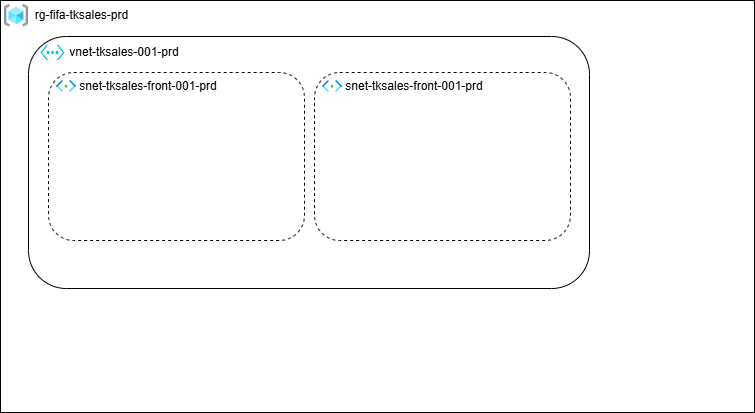
This is Arquitetura Projeto/Arquitetura Copa do Mundo Azure TFTEC 2026.drawio.png from Passos-Gabriel/Copa-Azure-TFTEC-2026, a draw.io export, as it was before one commit. Source tidied: cells renumbered, new cells last; positions are measured from the earlier drawing's top-left corner, leaving out a move shared by most shapes. The source it was exported from:
```xml
<mxGraphModel>
  <root>
    <mxCell id="0" />
    <mxCell id="1" parent="0" />
    <mxCell id="2" style="rounded=0;whiteSpace=wrap;html=1;" parent="1" vertex="1">
      <mxGeometry width="754" height="412" as="geometry" />
    </mxCell>
    <mxCell id="3" style="rounded=1;whiteSpace=wrap;html=1;" parent="1" vertex="1">
      <mxGeometry x="28" y="36" width="561" height="252" as="geometry" />
    </mxCell>
    <mxCell id="4" style="rounded=1;whiteSpace=wrap;html=1;dashed=1;" parent="1" vertex="1">
      <mxGeometry x="48" y="72" width="256" height="168" as="geometry" />
    </mxCell>
    <mxCell id="5" style="verticalLabelPosition=bottom;html=1;verticalAlign=top;align=center;strokeColor=none;fillColor=#00BEF2;shape=mxgraph.azure.virtual_network;" parent="1" vertex="1">
      <mxGeometry x="40" y="44" width="24" height="16" as="geometry" />
    </mxCell>
    <mxCell id="6" style="image;html=1;align=center;fontSize=12;image=img/lib/azure2/networking/Subnet.svg;" parent="1" vertex="1">
      <mxGeometry x="56" y="80" width="20" height="12" as="geometry" />
    </mxCell>
    <mxCell id="7" style="image;html=1;align=center;fontSize=12;image=img/lib/azure2/general/Resource_Groups.svg;" parent="1" vertex="1">
      <mxGeometry x="4" y="4" width="24" height="22.6" as="geometry" />
    </mxCell>
    <mxCell id="8" value="rg-fifa-tksales-prd" style="text;html=1;whiteSpace=wrap;strokeColor=none;fillColor=none;align=center;verticalAlign=middle;rounded=0;" parent="1" vertex="1">
      <mxGeometry x="16" y="9.4" width="131" height="11.7" as="geometry" />
    </mxCell>
    <mxCell id="9" value="vnet-tksales-001-prd" style="text;html=1;whiteSpace=wrap;strokeColor=none;fillColor=none;align=center;verticalAlign=middle;rounded=0;" parent="1" vertex="1">
      <mxGeometry x="52" y="46.5" width="144" height="11" as="geometry" />
    </mxCell>
    <mxCell id="10" value="snet-tksales-front-001-prd" style="text;html=1;whiteSpace=wrap;strokeColor=none;fillColor=none;align=center;verticalAlign=middle;rounded=0;" parent="1" vertex="1">
      <mxGeometry x="76" y="80" width="144" height="11" as="geometry" />
    </mxCell>
    <mxCell id="11" style="rounded=1;whiteSpace=wrap;html=1;dashed=1;" parent="1" vertex="1">
      <mxGeometry x="314" y="72" width="256" height="168" as="geometry" />
    </mxCell>
    <mxCell id="12" style="image;html=1;align=center;fontSize=12;image=img/lib/azure2/networking/Subnet.svg;" parent="1" vertex="1">
      <mxGeometry x="322" y="80" width="20" height="12" as="geometry" />
    </mxCell>
    <mxCell id="13" value="snet-tksales-front-001-prd" style="text;html=1;whiteSpace=wrap;strokeColor=none;fillColor=none;align=center;verticalAlign=middle;rounded=0;" parent="1" vertex="1">
      <mxGeometry x="342" y="80" width="144" height="11" as="geometry" />
    </mxCell>
  </root>
</mxGraphModel>
```
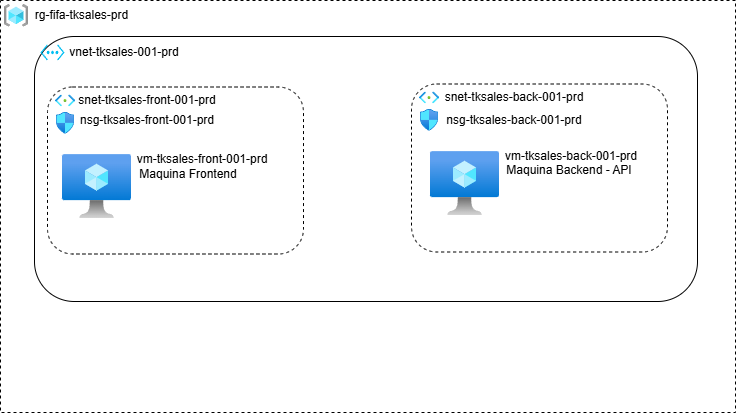
Above is the later version.

Change to the diagram source:
```diff
@@ -2,41 +2,71 @@
   <root>
     <mxCell id="0" />
     <mxCell id="1" parent="0" />
-    <mxCell id="2" style="rounded=0;whiteSpace=wrap;html=1;" parent="1" vertex="1">
-      <mxGeometry width="754" height="412" as="geometry" />
+    <mxCell id="2" style="rounded=0;whiteSpace=wrap;html=1;dashed=1;" parent="1" vertex="1">
+      <mxGeometry x="-813" y="119" width="735" height="412" as="geometry" />
     </mxCell>
     <mxCell id="3" style="rounded=1;whiteSpace=wrap;html=1;" parent="1" vertex="1">
-      <mxGeometry x="28" y="36" width="561" height="252" as="geometry" />
+      <mxGeometry x="-779" y="155" width="663" height="265" as="geometry" />
     </mxCell>
     <mxCell id="4" style="rounded=1;whiteSpace=wrap;html=1;dashed=1;" parent="1" vertex="1">
-      <mxGeometry x="48" y="72" width="256" height="168" as="geometry" />
+      <mxGeometry x="-766" y="205.5" width="256" height="167" as="geometry" />
     </mxCell>
     <mxCell id="5" style="verticalLabelPosition=bottom;html=1;verticalAlign=top;align=center;strokeColor=none;fillColor=#00BEF2;shape=mxgraph.azure.virtual_network;" parent="1" vertex="1">
-      <mxGeometry x="40" y="44" width="24" height="16" as="geometry" />
+      <mxGeometry x="-773" y="163" width="24" height="16" as="geometry" />
     </mxCell>
     <mxCell id="6" style="image;html=1;align=center;fontSize=12;image=img/lib/azure2/networking/Subnet.svg;" parent="1" vertex="1">
-      <mxGeometry x="56" y="80" width="20" height="12" as="geometry" />
+      <mxGeometry x="-758" y="213.5" width="20" height="12" as="geometry" />
     </mxCell>
     <mxCell id="7" style="image;html=1;align=center;fontSize=12;image=img/lib/azure2/general/Resource_Groups.svg;" parent="1" vertex="1">
-      <mxGeometry x="4" y="4" width="24" height="22.6" as="geometry" />
+      <mxGeometry x="-809" y="123" width="24" height="22.6" as="geometry" />
     </mxCell>
     <mxCell id="8" value="rg-fifa-tksales-prd" style="text;html=1;whiteSpace=wrap;strokeColor=none;fillColor=none;align=center;verticalAlign=middle;rounded=0;" parent="1" vertex="1">
-      <mxGeometry x="16" y="9.4" width="131" height="11.7" as="geometry" />
+      <mxGeometry x="-797" y="128.4" width="131" height="11.7" as="geometry" />
     </mxCell>
     <mxCell id="9" value="vnet-tksales-001-prd" style="text;html=1;whiteSpace=wrap;strokeColor=none;fillColor=none;align=center;verticalAlign=middle;rounded=0;" parent="1" vertex="1">
-      <mxGeometry x="52" y="46.5" width="144" height="11" as="geometry" />
+      <mxGeometry x="-761" y="165.5" width="144" height="11" as="geometry" />
     </mxCell>
     <mxCell id="10" value="snet-tksales-front-001-prd" style="text;html=1;whiteSpace=wrap;strokeColor=none;fillColor=none;align=center;verticalAlign=middle;rounded=0;" parent="1" vertex="1">
-      <mxGeometry x="76" y="80" width="144" height="11" as="geometry" />
+      <mxGeometry x="-738" y="213.5" width="144" height="11" as="geometry" />
     </mxCell>
     <mxCell id="11" style="rounded=1;whiteSpace=wrap;html=1;dashed=1;" parent="1" vertex="1">
-      <mxGeometry x="314" y="72" width="256" height="168" as="geometry" />
+      <mxGeometry x="-402" y="202.5" width="256" height="168" as="geometry" />
     </mxCell>
     <mxCell id="12" style="image;html=1;align=center;fontSize=12;image=img/lib/azure2/networking/Subnet.svg;" parent="1" vertex="1">
-      <mxGeometry x="322" y="80" width="20" height="12" as="geometry" />
+      <mxGeometry x="-394" y="210.5" width="20" height="12" as="geometry" />
     </mxCell>
-    <mxCell id="13" value="snet-tksales-front-001-prd" style="text;html=1;whiteSpace=wrap;strokeColor=none;fillColor=none;align=center;verticalAlign=middle;rounded=0;" parent="1" vertex="1">
-      <mxGeometry x="342" y="80" width="144" height="11" as="geometry" />
+    <mxCell id="13" value="snet-tksales-back-001-prd" style="text;html=1;whiteSpace=wrap;strokeColor=none;fillColor=none;align=center;verticalAlign=middle;rounded=0;" parent="1" vertex="1">
+      <mxGeometry x="-371" y="210.5" width="144" height="11" as="geometry" />
     </mxCell>
+    <mxCell id="14" style="image;html=1;align=center;fontSize=12;image=img/lib/azure2/compute/Virtual_Machine.svg;" parent="1" vertex="1">
+      <mxGeometry x="-751" y="273" width="69" height="64" as="geometry" />
+    </mxCell>
+    <mxCell id="15" style="image;html=1;align=center;fontSize=12;image=img/lib/azure2/compute/Virtual_Machine.svg;" parent="1" vertex="1">
+      <mxGeometry x="-383" y="270" width="69" height="64" as="geometry" />
+    </mxCell>
+    <mxCell id="16" value="vm-tksales-front-001-prd" style="text;html=1;whiteSpace=wrap;strokeColor=none;fillColor=none;align=center;verticalAlign=middle;rounded=0;" parent="1" vertex="1">
+      <mxGeometry x="-683" y="272" width="144" height="11" as="geometry" />
+    </mxCell>
+    <mxCell id="17" value="vm-tksales-back-001-prd" style="text;html=1;whiteSpace=wrap;strokeColor=none;fillColor=none;align=center;verticalAlign=middle;rounded=0;" parent="1" vertex="1">
+      <mxGeometry x="-314" y="270" width="144" height="11" as="geometry" />
+    </mxCell>
+    <mxCell id="18" value="&lt;font style=&quot;color: light-dark(rgb(0, 0, 0), rgb(255, 217, 102));&quot;&gt;Maquina Frontend&lt;/font&gt;" style="text;html=1;whiteSpace=wrap;strokeColor=none;fillColor=none;align=center;verticalAlign=middle;rounded=0;" parent="1" vertex="1">
+      <mxGeometry x="-697" y="287" width="144" height="11" as="geometry" />
+    </mxCell>
+    <mxCell id="19" value="&lt;font style=&quot;&quot;&gt;Maquina Backend - API&lt;/font&gt;" style="text;html=1;whiteSpace=wrap;strokeColor=none;fillColor=none;align=center;verticalAlign=middle;rounded=0;fontColor=light-dark(#000000,#B3FF66);" parent="1" vertex="1">
+      <mxGeometry x="-316" y="283" width="144" height="11" as="geometry" />
+    </mxCell>
+    <mxCell id="20" style="image;html=1;align=center;fontSize=12;image=img/lib/azure2/networking/Network_Security_Groups.svg;" parent="1" vertex="1">
+      <mxGeometry x="-757" y="231" width="18" height="21.9" as="geometry" />
+    </mxCell>
+    <mxCell id="21" value="nsg-tksales-front-001-prd" style="text;html=1;whiteSpace=wrap;strokeColor=none;fillColor=none;align=center;verticalAlign=middle;rounded=0;fontColor=light-dark(#000000,#FFFFCC);" parent="1" vertex="1">
+      <mxGeometry x="-738" y="233.4" width="144" height="11" as="geometry" />
+    </mxCell>
+    <mxCell id="22" value="nsg-tksales-back-001-prd" style="text;html=1;whiteSpace=wrap;strokeColor=none;fillColor=none;align=center;verticalAlign=middle;rounded=0;fontColor=light-dark(#000000,#FFFFCC);" parent="1" vertex="1">
+      <mxGeometry x="-371" y="233.4" width="144" height="11" as="geometry" />
+    </mxCell>
+    <mxCell id="23" style="image;html=1;align=center;fontSize=12;image=img/lib/azure2/networking/Network_Security_Groups.svg;" parent="1" vertex="1">
+      <mxGeometry x="-393" y="228" width="18" height="21.9" as="geometry" />
+    </mxCell>
   </root>
 </mxGraphModel>
```
